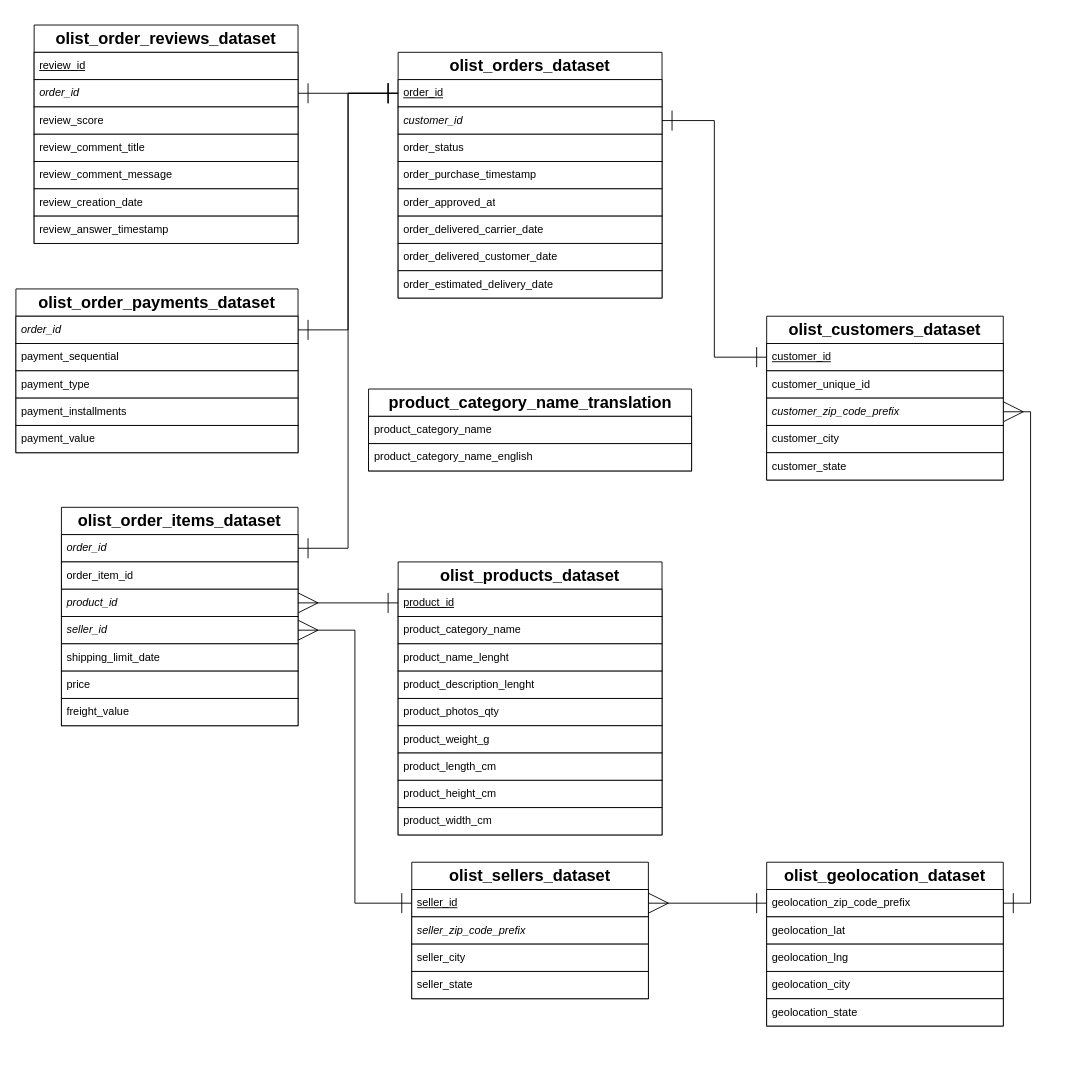
The draw.io diagram Data/Brazilian_E-Commerc_Diagram.drawio in Alpudev-code/Brazilian-E-Commerce-Olist, before the edit. Source tidied: cells renumbered, new cells numbered last; positions are measured from the earlier drawing's top-left corner, leaving out a move shared by most shapes. Both pictures are drawn from the tidied source at 91%, with x=0, y=0 at pixel (15, 25).
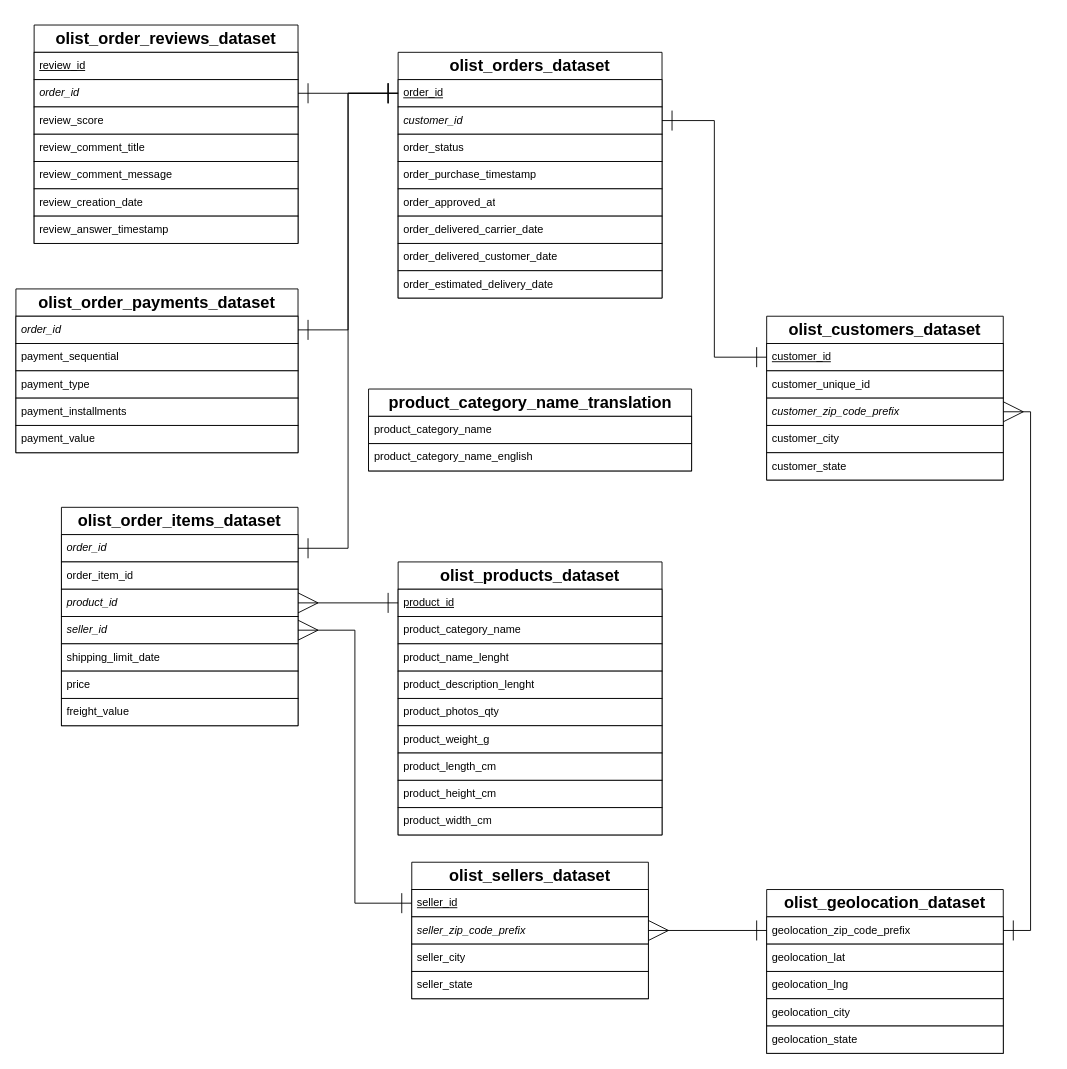
Above is the later version.

Commit message (it also covers changes not shown here):
Update UML diagram

The change refers to these unchanged cells:
```xml
<mxCell id="9" value="geolocation_zip_code_prefix" style="text;strokeColor=default;fillColor=default;align=left;verticalAlign=middle;spacingLeft=4;spacingRight=4;overflow=hidden;points=[[0,0.5],[1,0.5]];portConstraint=eastwest;whiteSpace=wrap;html=1;" parent="8" vertex="1">
  <mxGeometry y="30" width="260" height="30" as="geometry" />
</mxCell>
<mxCell id="56" value="&lt;u&gt;seller_id&lt;/u&gt;" style="text;strokeColor=default;fillColor=default;align=left;verticalAlign=middle;spacingLeft=4;spacingRight=4;overflow=hidden;points=[[0,0.5],[1,0.5]];portConstraint=eastwest;whiteSpace=wrap;html=1;" parent="55" vertex="1">
  <mxGeometry y="30" width="260" height="30" as="geometry" />
</mxCell>
<mxCell id="57" value="&lt;i&gt;seller_zip_code_prefix&lt;/i&gt;&amp;nbsp;" style="text;strokeColor=default;fillColor=default;align=left;verticalAlign=middle;spacingLeft=4;spacingRight=4;overflow=hidden;points=[[0,0.5],[1,0.5]];portConstraint=eastwest;whiteSpace=wrap;html=1;" parent="55" vertex="1">
  <mxGeometry y="60" width="260" height="30" as="geometry" />
</mxCell>
```

Diff of the diagram source:
```diff
@@
     <mxCell id="8" value="&lt;h2 class=&quot;sc-kvnevz sc-jTFaKV jQNTEi dNqqsR&quot;&gt;olist_geolocation_dataset&lt;/h2&gt;" style="swimlane;fontStyle=0;horizontal=1;startSize=30;whiteSpace=wrap;html=1;" parent="1" vertex="1">
-      <mxGeometry x="825" y="920" width="260" height="180" as="geometry" />
+      <mxGeometry x="825" y="950" width="260" height="180" as="geometry" />
     </mxCell>
@@
-    <mxCell id="68" style="edgeStyle=orthogonalEdgeStyle;rounded=0;jettySize=auto;html=1;startArrow=ERmany;startFill=0;endArrow=ERone;endFill=0;startSize=20;endSize=20;" parent="1" edge="1" source="56" target="9">
+    <mxCell id="68" style="edgeStyle=orthogonalEdgeStyle;rounded=0;jettySize=auto;html=1;startArrow=ERmany;startFill=0;endArrow=ERone;endFill=0;startSize=20;endSize=20;" parent="1" edge="1" source="57" target="9">
       <mxGeometry relative="1" as="geometry" />
     </mxCell>
```
